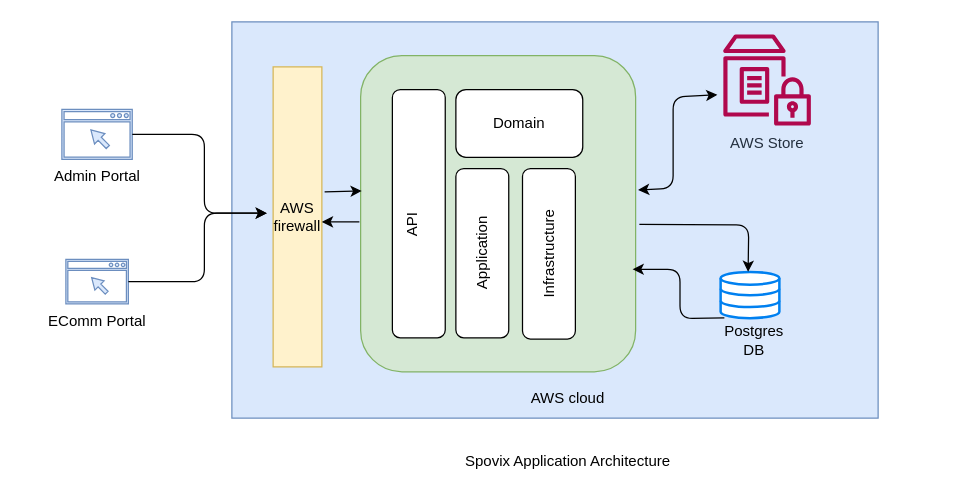
The draw.io diagram Untitled Diagram.drawio in babula38/Diagram, before the edit. Source tidied: cells renumbered, new cells numbered last; positions are measured from the earlier drawing's top-left corner, leaving out a move shared by most shapes. Both pictures are drawn from the tidied source at 125%, with x=0, y=0 at pixel (61, 21).
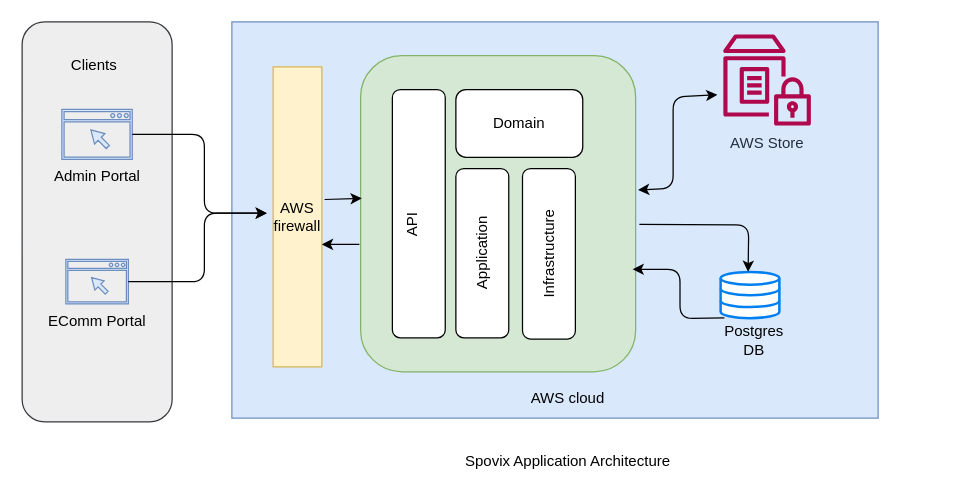
The same diagram, later.

The change refers to these unchanged cells:
```xml
<mxCell id="2" value="Admin Portal" style="shadow=0;dashed=0;html=1;strokeColor=#6c8ebf;fillColor=#dae8fc;labelPosition=center;verticalLabelPosition=bottom;verticalAlign=top;align=center;outlineConnect=0;shape=mxgraph.vvd.web_browser;rounded=1;" parent="1" vertex="1">
  <mxGeometry y="70" width="56.3" height="40" as="geometry" />
</mxCell>
<mxCell id="3" value="EComm Portal" style="shadow=0;dashed=0;html=1;strokeColor=#6c8ebf;fillColor=#dae8fc;labelPosition=center;verticalLabelPosition=bottom;verticalAlign=top;align=center;outlineConnect=0;shape=mxgraph.vvd.web_browser;rounded=1;" parent="1" vertex="1">
  <mxGeometry x="3.2" y="190" width="50" height="35.5" as="geometry" />
</mxCell>
<mxCell id="5" style="group;" parent="4" vertex="1">
  <mxGeometry x="-1" width="508" height="290" as="geometry" />
</mxCell>
<mxCell id="7" style="rounded=1;whiteSpace=wrap;html=1;fillColor=#d5e8d4;strokeColor=#82b366;" parent="5" vertex="1">
  <mxGeometry x="36" width="220" height="252.9" as="geometry" />
</mxCell>
<mxCell id="17" value="AWS firewall" style="rounded=0;whiteSpace=wrap;html=1;fillColor=#fff2cc;strokeColor=#d6b656;" parent="5" vertex="1">
  <mxGeometry x="-34" y="9" width="39" height="240" as="geometry" />
</mxCell>
```

Diff of the diagram source:
```diff
@@
+    <mxCell id="30" style="rounded=1;whiteSpace=wrap;html=1;fillColor=#eeeeee;strokeColor=#36393d;" parent="1" vertex="1">
+      <mxGeometry x="-31.8" width="120" height="320" as="geometry" />
+    </mxCell>
@@
-    <mxCell id="18" style="endArrow=classic;html=1;rounded=1;exitX=1.056;exitY=0.417;exitDx=0;exitDy=0;exitPerimeter=0;entryX=0.004;entryY=0.428;entryDx=0;entryDy=0;entryPerimeter=0;" parent="5" edge="1" source="17" target="7">
-      <mxGeometry relative="1" as="geometry" />
+    <mxCell id="18" style="endArrow=classic;html=1;rounded=1;exitX=1.056;exitY=0.417;exitDx=0;exitDy=0;exitPerimeter=0;entryX=0.004;entryY=0.428;entryDx=0;entryDy=0;entryPerimeter=0;flowAnimation=1;" parent="5" edge="1">
+      <mxGeometry relative="1" as="geometry">
+        <mxPoint x="7.2" y="115.1" as="sourcePoint" />
+        <mxPoint x="36.9" y="114.2" as="targetPoint" />
+      </mxGeometry>
     </mxCell>
@@
-    <mxCell id="25" style="edgeStyle=orthogonalEdgeStyle;rounded=1;jettySize=auto;html=1;" parent="1" edge="1" source="3">
+    <mxCell id="25" style="edgeStyle=orthogonalEdgeStyle;rounded=1;jettySize=auto;html=1;flowAnimation=1;" parent="1" edge="1" source="3">
       <mxGeometry relative="1" as="geometry">
         <mxPoint x="164" y="153" as="targetPoint" />
         <Array as="points">
           <mxPoint x="114" y="208" />
           <mxPoint x="114" y="153" />
         </Array>
       </mxGeometry>
     </mxCell>
-    <mxCell id="26" style="edgeStyle=orthogonalEdgeStyle;rounded=1;jettySize=auto;html=1;" parent="1" edge="1" source="2">
+    <mxCell id="26" style="edgeStyle=orthogonalEdgeStyle;rounded=1;jettySize=auto;html=1;flowAnimation=1;" parent="1" edge="1" source="2">
       <mxGeometry relative="1" as="geometry">
         <mxPoint x="164" y="153" as="targetPoint" />
         <Array as="points">
           <mxPoint x="114" y="90" />
           <mxPoint x="114" y="153" />
         </Array>
       </mxGeometry>
     </mxCell>
-    <mxCell id="27" style="endArrow=classic;html=1;rounded=1;" parent="1" edge="1">
+    <mxCell id="27" style="endArrow=classic;html=1;rounded=1;flowAnimation=1;" parent="1" edge="1">
       <mxGeometry relative="1" as="geometry">
-        <mxPoint x="238" y="160" as="sourcePoint" />
-        <mxPoint x="208" y="160" as="targetPoint" />
+        <mxPoint x="238" y="178" as="sourcePoint" />
+        <mxPoint x="208" y="178" as="targetPoint" />
       </mxGeometry>
     </mxCell>
@@
-    <mxCell id="29" value="Spovix Application Architecture" style="text;html=1;strokeColor=none;fillColor=none;align=center;verticalAlign=middle;whiteSpace=wrap;rounded=0;fontStyle=0;gradientColor=none;fontColor=default;labelBackgroundColor=none;labelBorderColor=none;" parent="1" vertex="1">
+    <mxCell id="29" value="Spovix Application Architecture" style="text;html=1;fillColor=none;align=center;verticalAlign=middle;whiteSpace=wrap;rounded=0;fontStyle=0;labelBackgroundColor=none;labelBorderColor=none;" parent="1" vertex="1">
       <mxGeometry x="300" y="337" width="210" height="30" as="geometry" />
     </mxCell>
+    <mxCell id="31" value="Clients" style="text;html=1;strokeColor=none;fillColor=none;align=center;verticalAlign=middle;whiteSpace=wrap;rounded=0;" parent="1" vertex="1">
+      <mxGeometry x="-3.7" y="20" width="60" height="30" as="geometry" />
+    </mxCell>
```
